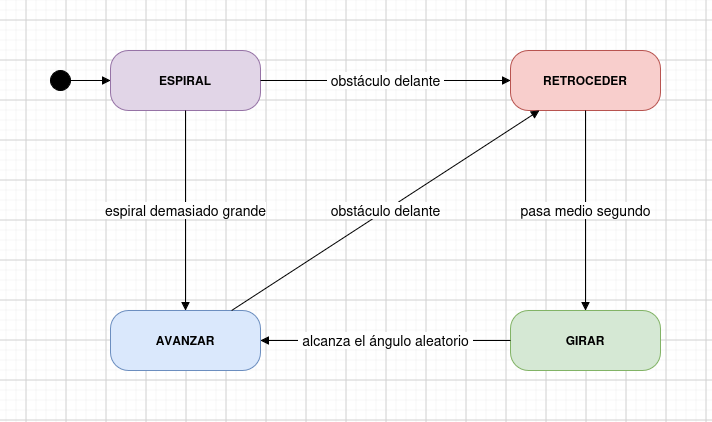
Before: assets/img/maquina_estados.png, a diagram exported from draw.io (valentechie/blog-robotica-movil). Source tidied: cells renumbered, new cells last; positions are measured from the earlier drawing's top-left corner, leaving out a move shared by most shapes.
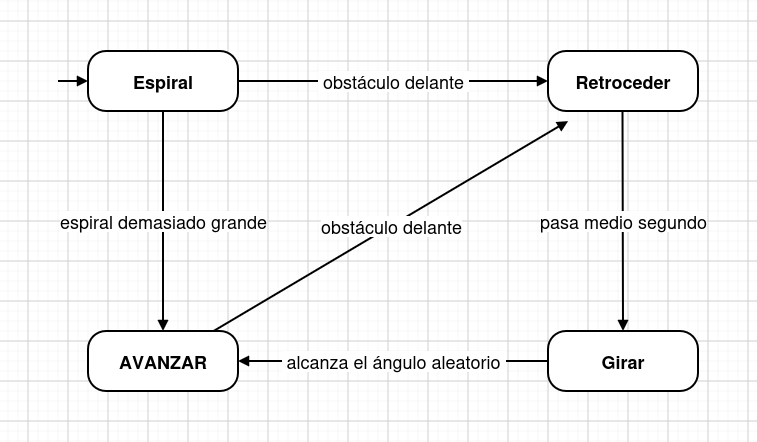
Later version of the same file.

The edit, as a diff of the source:
```diff
@@ -2,37 +2,40 @@
   <root>
     <mxCell id="0" />
     <mxCell id="1" parent="0" />
-    <mxCell id="2" style="ellipse;fillColor=#000000;strokeColor=#000000;" parent="1" vertex="1">
-      <mxGeometry y="20" width="20" height="20" as="geometry" />
-    </mxCell>
-    <mxCell id="3" value="ESPIRAL" style="rounded=1;whiteSpace=wrap;html=1;arcSize=30;fillColor=#e1d5e7;strokeColor=#9673a6;fontStyle=1;" parent="1" vertex="1">
-      <mxGeometry x="60" width="150" height="60" as="geometry" />
+    <mxCell id="3" value="&lt;font style=&quot;font-size: 18px;&quot;&gt;Espiral&lt;/font&gt;" style="rounded=1;whiteSpace=wrap;html=1;arcSize=30;fontStyle=1;strokeWidth=2;" parent="1" vertex="1">
+      <mxGeometry x="36" width="150" height="60" as="geometry" />
     </mxCell>
-    <mxCell id="4" value="RETROCEDER" style="rounded=1;whiteSpace=wrap;html=1;arcSize=30;fillColor=#f8cecc;strokeColor=#b85450;fontStyle=1;" parent="1" vertex="1">
-      <mxGeometry x="460" width="150" height="60" as="geometry" />
+    <mxCell id="4" value="&lt;font style=&quot;font-size: 18px;&quot;&gt;Retroceder&lt;/font&gt;" style="rounded=1;whiteSpace=wrap;html=1;arcSize=30;fontStyle=1;strokeWidth=2;" parent="1" vertex="1">
+      <mxGeometry x="496" width="150" height="60" as="geometry" />
     </mxCell>
-    <mxCell id="5" value="AVANZAR" style="rounded=1;whiteSpace=wrap;html=1;arcSize=30;fillColor=#dae8fc;strokeColor=#6c8ebf;fontStyle=1;" parent="1" vertex="1">
-      <mxGeometry x="60" y="260" width="150" height="60" as="geometry" />
+    <mxCell id="5" value="&lt;font style=&quot;font-size: 18px;&quot;&gt;AVANZAR&lt;/font&gt;" style="rounded=1;whiteSpace=wrap;html=1;arcSize=30;fontStyle=1;strokeWidth=2;" parent="1" vertex="1">
+      <mxGeometry x="36" y="280" width="150" height="60" as="geometry" />
     </mxCell>
-    <mxCell id="6" value="GIRAR" style="rounded=1;whiteSpace=wrap;html=1;arcSize=30;fillColor=#d5e8d4;strokeColor=#82b366;fontStyle=1;" parent="1" vertex="1">
-      <mxGeometry x="460" y="260" width="150" height="60" as="geometry" />
+    <mxCell id="6" value="&lt;font style=&quot;font-size: 18px;&quot;&gt;Girar&lt;/font&gt;" style="rounded=1;whiteSpace=wrap;html=1;arcSize=30;fontStyle=1;strokeWidth=2;" parent="1" vertex="1">
+      <mxGeometry x="496" y="280" width="150" height="60" as="geometry" />
     </mxCell>
-    <mxCell id="7" style="endArrow=block;html=1;endFill=1;" parent="1" edge="1" source="2" target="3">
-      <mxGeometry relative="1" as="geometry" />
+    <mxCell id="7" style="endArrow=block;html=1;endFill=1;strokeWidth=2;" parent="1" edge="1" target="3">
+      <mxGeometry relative="1" as="geometry">
+        <mxPoint x="6" y="30" as="sourcePoint" />
+      </mxGeometry>
     </mxCell>
-    <mxCell id="8" value="&lt;font style=&quot;font-size: 14px;&quot;&gt;&amp;nbsp;obstáculo delante&amp;nbsp;&lt;/font&gt;" style="endArrow=block;html=1;endFill=1;labelBackgroundColor=#ffffff;" parent="1" edge="1" source="3" target="4">
+    <mxCell id="8" value="&lt;font style=&quot;font-size: 18px;&quot;&gt;&amp;nbsp;obstáculo delante&amp;nbsp;&lt;/font&gt;" style="endArrow=block;html=1;endFill=1;labelBackgroundColor=#ffffff;strokeWidth=2;" parent="1" edge="1" source="3" target="4">
       <mxGeometry relative="1" as="geometry" />
     </mxCell>
-    <mxCell id="9" value="&lt;font style=&quot;font-size: 14px;&quot;&gt;espiral demasiado grande&lt;/font&gt;" style="endArrow=block;html=1;endFill=1;labelBackgroundColor=#ffffff;" parent="1" edge="1" source="3" target="5">
+    <mxCell id="9" value="&lt;font style=&quot;font-size: 18px;&quot;&gt;espiral demasiado grande&lt;/font&gt;" style="endArrow=block;html=1;endFill=1;labelBackgroundColor=#ffffff;strokeWidth=2;" parent="1" edge="1" source="3" target="5">
       <mxGeometry relative="1" as="geometry" />
     </mxCell>
-    <mxCell id="10" value="&lt;font style=&quot;font-size: 14px;&quot;&gt;obstáculo delante&lt;/font&gt;" style="endArrow=block;html=1;endFill=1;labelBackgroundColor=#ffffff;" parent="1" edge="1" source="5" target="4">
-      <mxGeometry relative="1" as="geometry" />
+    <mxCell id="10" value="&lt;font style=&quot;font-size: 18px;&quot;&gt;obstáculo delante&lt;/font&gt;" style="endArrow=block;html=1;endFill=1;labelBackgroundColor=#ffffff;strokeWidth=2;" parent="1" edge="1" source="5">
+      <mxGeometry relative="1" as="geometry">
+        <mxPoint x="516" y="70" as="targetPoint" />
+      </mxGeometry>
     </mxCell>
-    <mxCell id="11" value="&lt;font style=&quot;font-size: 14px;&quot;&gt;pasa medio segundo&lt;/font&gt;" style="endArrow=block;html=1;endFill=1;labelBackgroundColor=#ffffff;" parent="1" edge="1" source="4" target="6">
-      <mxGeometry relative="1" as="geometry" />
+    <mxCell id="11" value="&lt;font style=&quot;font-size: 18px;&quot;&gt;pasa medio segundo&lt;/font&gt;" style="endArrow=block;html=1;endFill=1;labelBackgroundColor=#ffffff;strokeWidth=2;entryX=0.5;entryY=0;entryDx=0;entryDy=0;" parent="1" edge="1" target="6">
+      <mxGeometry relative="1" as="geometry">
+        <mxPoint x="570.5" y="60" as="sourcePoint" />
+      </mxGeometry>
     </mxCell>
-    <mxCell id="12" value="&lt;font style=&quot;font-size: 14px;&quot;&gt;&amp;nbsp;alcanza el ángulo aleatorio&amp;nbsp;&lt;/font&gt;" style="endArrow=block;html=1;endFill=1;labelBackgroundColor=#ffffff;" parent="1" edge="1" source="6" target="5">
+    <mxCell id="12" value="&lt;font style=&quot;font-size: 18px;&quot;&gt;&amp;nbsp;alcanza el ángulo aleatorio&amp;nbsp;&lt;/font&gt;" style="endArrow=block;html=1;endFill=1;labelBackgroundColor=#ffffff;strokeWidth=2;" parent="1" edge="1" source="6" target="5">
       <mxGeometry relative="1" as="geometry" />
     </mxCell>
   </root>
```
